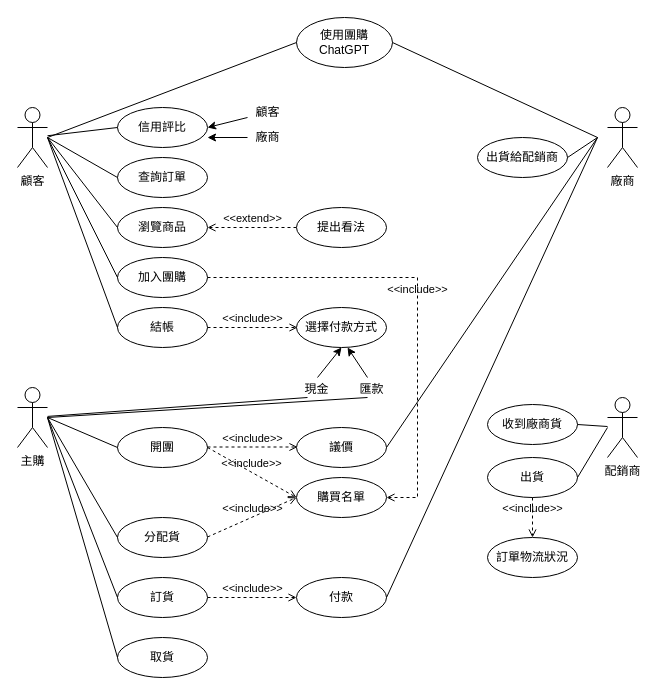
Before: SA_UserCaseDiagram.drawio in liangyinglly/library-diagram, a draw.io diagram. Source tidied: cells renumbered, new cells numbered last; positions are measured from the earlier drawing's top-left corner, leaving out a move shared by most shapes. Both pictures are drawn from the tidied source at 100%, with x=0, y=0 at pixel (17, 17).
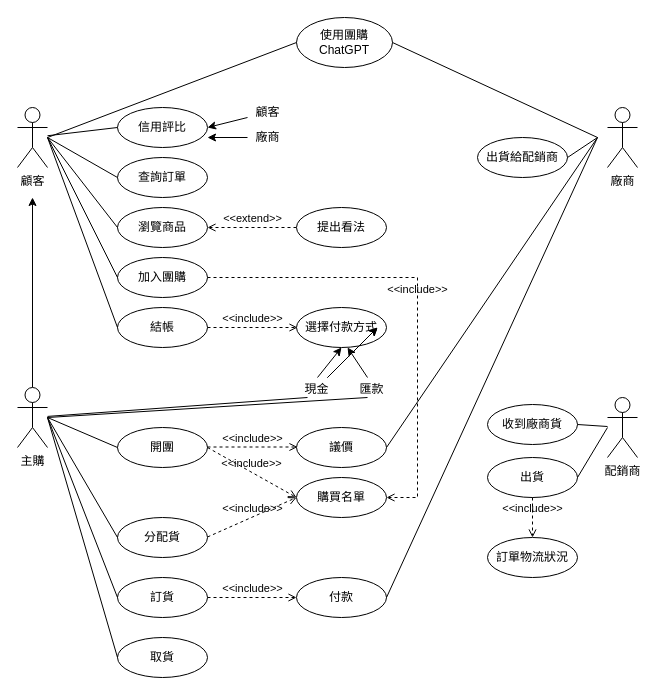
The same page after the edit.

The change refers to these unchanged cells:
```xml
<mxCell id="3" value="主購" style="shape=umlActor;verticalLabelPosition=bottom;verticalAlign=top;html=1;outlineConnect=0;" parent="1" vertex="1">
  <mxGeometry y="370" width="30" height="60" as="geometry" />
</mxCell>
```

Diff of the diagram source:
```diff
@@
+    <mxCell id="59" style="edgeStyle=orthogonalEdgeStyle;rounded=0;jettySize=auto;html=1;exitX=0.5;exitY=0;exitDx=0;exitDy=0;exitPerimeter=0;" parent="1" edge="1" source="3">
+      <mxGeometry relative="1" as="geometry">
+        <mxPoint x="15" y="180" as="targetPoint" />
+      </mxGeometry>
+    </mxCell>
@@
+    <mxCell id="60" style="endArrow=classic;html=1;rounded=0;" parent="1" edge="1">
+      <mxGeometry relative="1" as="geometry">
+        <mxPoint x="310" y="360" as="sourcePoint" />
+        <mxPoint x="360" y="310" as="targetPoint" />
+      </mxGeometry>
+    </mxCell>
+    <mxCell id="61" style="endArrow=classic;html=1;rounded=0;" parent="1" edge="1">
+      <mxGeometry relative="1" as="geometry">
+        <mxPoint x="310" y="360" as="sourcePoint" />
+        <mxPoint x="360" y="310" as="targetPoint" />
+      </mxGeometry>
+    </mxCell>
```
